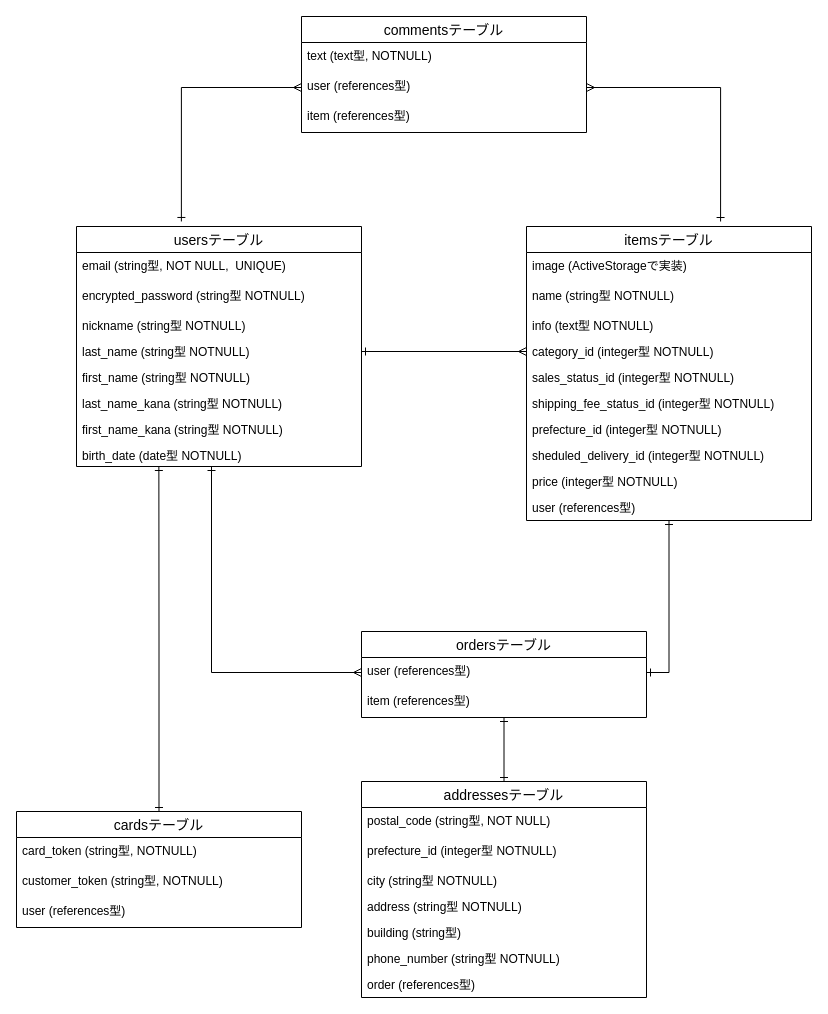
Above: test.dio in deguchi0527/furima-35228 (draw.io), before the change. Source tidied: cells renumbered, new cells numbered last; positions are measured from the earlier drawing's top-left corner, leaving out a move shared by most shapes. Both pictures are drawn from the tidied source at 100%, with x=0, y=0 at pixel (16, 16).
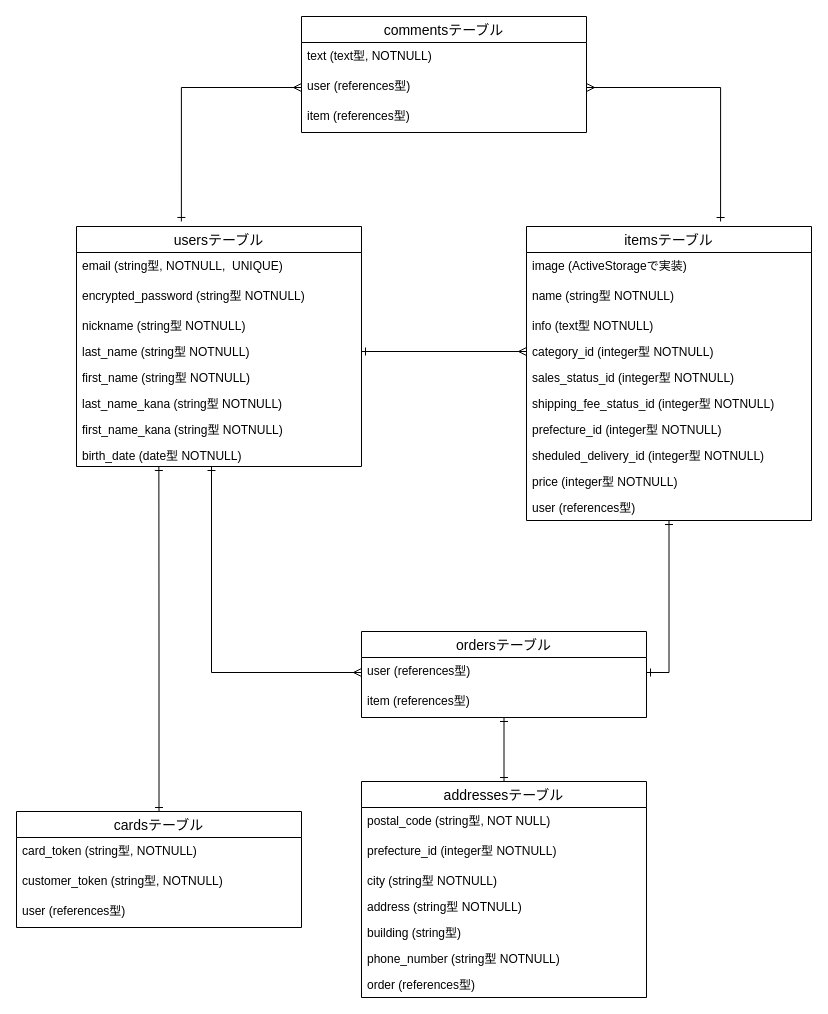
Above is the later version.

Unchanged cells that the change refers to:
```xml
<mxCell id="15" value="usersテーブル" style="swimlane;fontStyle=0;horizontal=1;startSize=26;align=center;fontSize=14;" parent="1" vertex="1">
  <mxGeometry x="60" y="210" width="285" height="240" as="geometry" />
</mxCell>
```

Change to the diagram source:
```diff
@@
-    <mxCell id="16" value="email (string型, NOT NULL,  UNIQUE)" style="text;strokeColor=none;fillColor=none;spacingLeft=4;spacingRight=4;overflow=hidden;fontSize=12;" parent="15" vertex="1">
+    <mxCell id="16" value="email (string型, NOTNULL,  UNIQUE)" style="text;strokeColor=none;fillColor=none;spacingLeft=4;spacingRight=4;overflow=hidden;fontSize=12;" parent="15" vertex="1">
       <mxGeometry y="26" width="285" height="30" as="geometry" />
     </mxCell>
```
